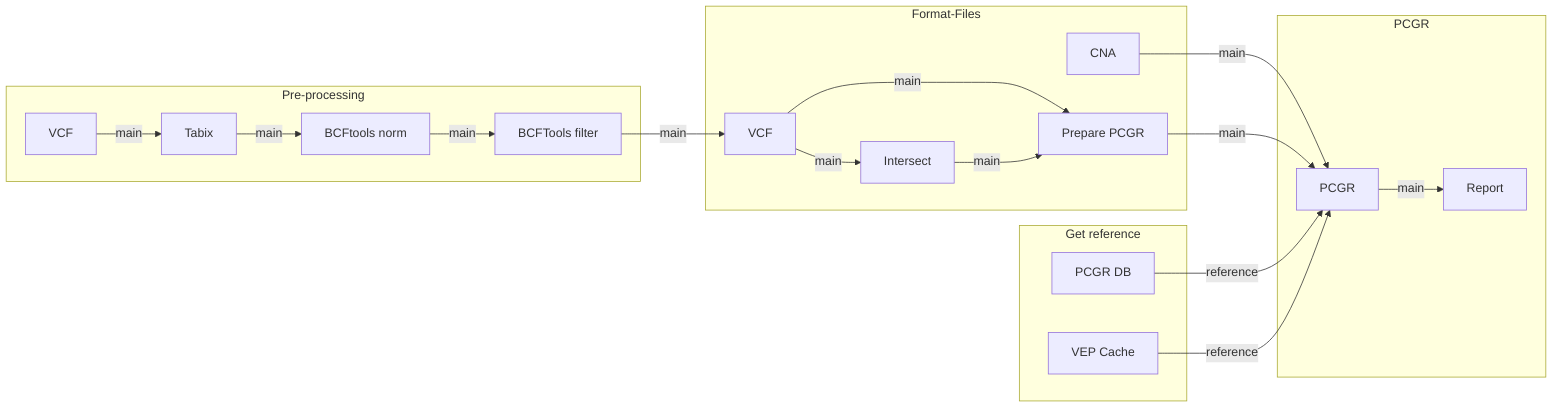
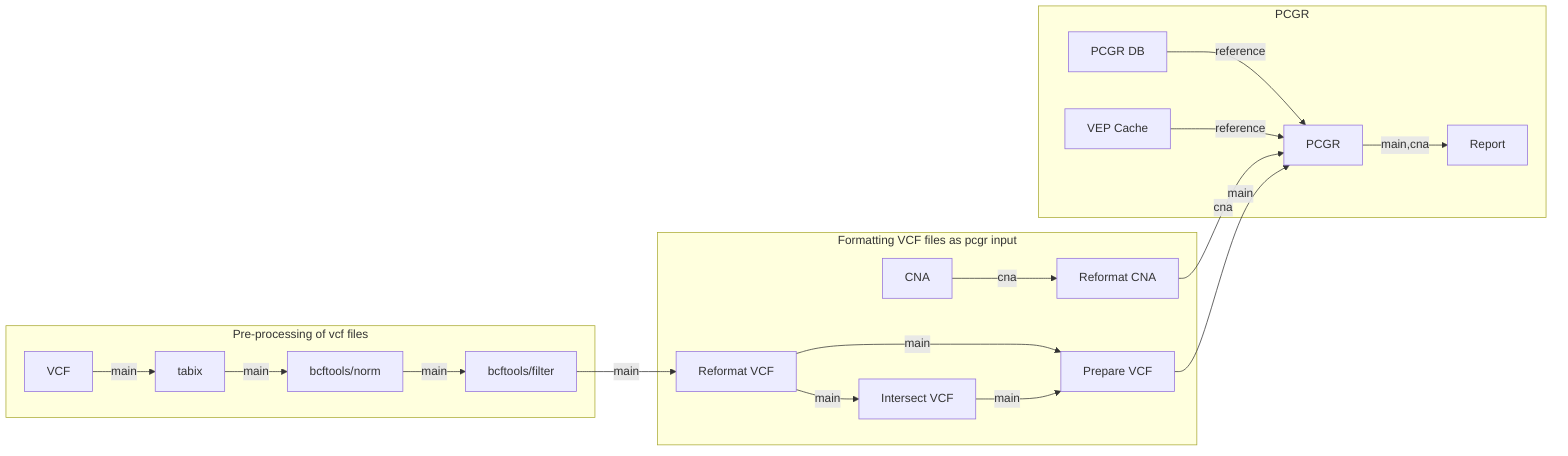
%%metro title: nf-core/variantprioritization
%%metro logo: nf-core-variantprioritization_logo_dark.png
+ %%metro file: cna_in | CNA
%%metro file: vcf_in | VCF
%%metro file: report_pcgr | HTML
- %%metro line: main | Main | #4CAF50
+ %%metro line: main | SNV + INDEL | #4CAF50
+ %%metro line: cna | CNA | #9923A0
%%metro line: reference | Reference | #2196F3

graph LR

-     subgraph preprocessing [Pre-processing]
+     subgraph preprocessing [Pre-processing of vcf files]
        vcf_in[VCF]
-         tabix[Tabix]
-         bcftools_norm[BCFtools norm]
-         bcftools_filter[BCFTools filter]
+         tabix[tabix]
+         bcftools_norm[bcftools/norm]
+         bcftools_filter[bcftools/filter]

        vcf_in -->|main| tabix
        tabix -->|main| bcftools_norm
        bcftools_norm -->|main| bcftools_filter
    end


-     subgraph format_files [Format-Files]
-         reformat_cna[CNA]
-         reformat_vcf[VCF]
-         intersect[Intersect]
-         prepare_pcgr[Prepare PCGR]
+     subgraph format_files [Formatting VCF files as pcgr input]
+         cna_in[CNA]
+         reformat_cna[Reformat CNA]
+         reformat_vcf[Reformat VCF]
+         intersect[Intersect VCF]
+         prepare_pcgr[Prepare VCF]

+         cna_in -->|cna| reformat_cna
        reformat_vcf -->|main| intersect
        reformat_vcf -->|main| prepare_pcgr
        intersect -->|main| prepare_pcgr
    end

-     subgraph reference [Get reference]
+     subgraph run_pcgr [PCGR]
        get_pcgr[PCGR DB]
        get_vep[VEP Cache]
-     end
- 
-     subgraph run_pcgr [PCGR]
        pcgr[PCGR]
        report_pcgr[Report]

-         pcgr -->|main| report_pcgr
+         get_pcgr -->|reference| pcgr
+         get_vep -->|reference| pcgr
+         pcgr -->|main,cna| report_pcgr
    end

    %% Inter-section edges
    bcftools_filter -->|main| reformat_vcf
-     reformat_cna -->|main| pcgr
+     reformat_cna -->|cna| pcgr
    prepare_pcgr -->|main| pcgr
-     get_pcgr -->|reference| pcgr
-     get_vep -->|reference| pcgr
